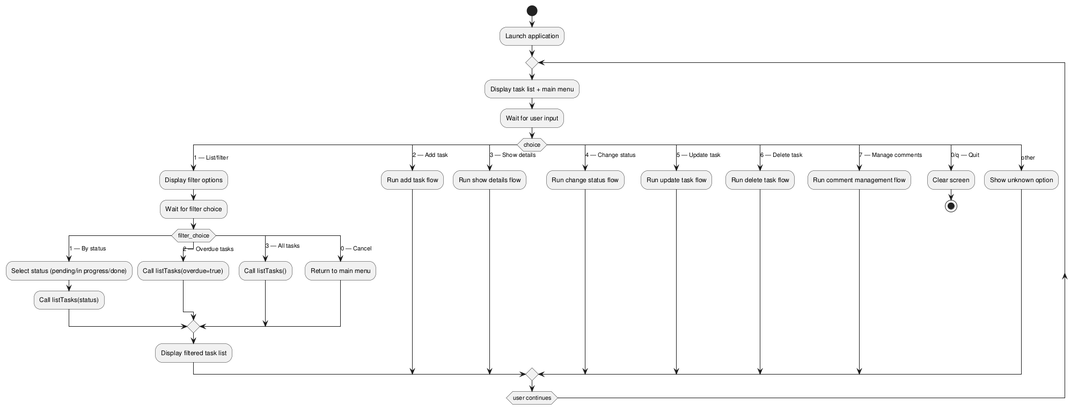
Before: experiments/broadcast/structured_text/TODO/artifacts/activity_diagram.png, a diagram exported from PlantUML (DanielRiha8906/Software_autoevolution_using_agents).
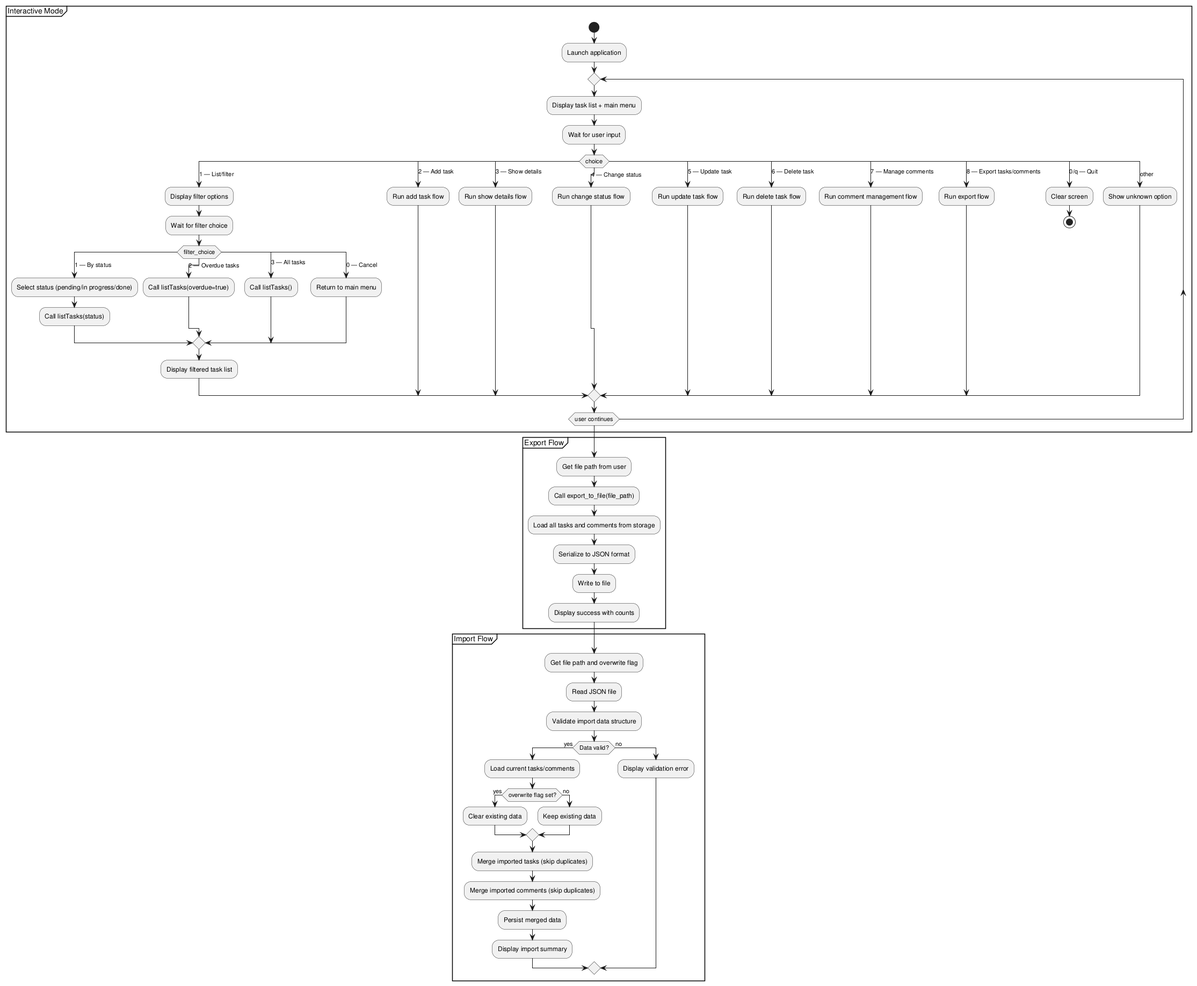
After the change.

The edit, as a diff of the source:
```diff
@@ -1,7 +1,8 @@
 @startuml
 
-start
-:Launch application;
+partition "Interactive Mode" {
+  start
+  :Launch application;
 
 repeat
   :Display task list + main menu;
@@ -35,6 +36,8 @@
       :Run delete task flow;
     case (7 — Manage comments)
       :Run comment management flow;
+    case (8 — Export tasks/comments)
+      :Run export flow;
     case (0/q — Quit)
       :Clear screen;
       stop
@@ -43,5 +46,35 @@
   endswitch
 
 repeat while (user continues)
+}
+
+partition "Export Flow" {
+  :Get file path from user;
+  :Call export_to_file(file_path);
+  :Load all tasks and comments from storage;
+  :Serialize to JSON format;
+  :Write to file;
+  :Display success with counts;
+}
+
+partition "Import Flow" {
+  :Get file path and overwrite flag;
+  :Read JSON file;
+  :Validate import data structure;
+  if (Data valid?) then (yes)
+    :Load current tasks/comments;
+    if (overwrite flag set?) then (yes)
+      :Clear existing data;
+    else (no)
+      :Keep existing data;
+    endif
+    :Merge imported tasks (skip duplicates);
+    :Merge imported comments (skip duplicates);
+    :Persist merged data;
+    :Display import summary;
+  else (no)
+    :Display validation error;
+  endif
+}
 
 @enduml
```
